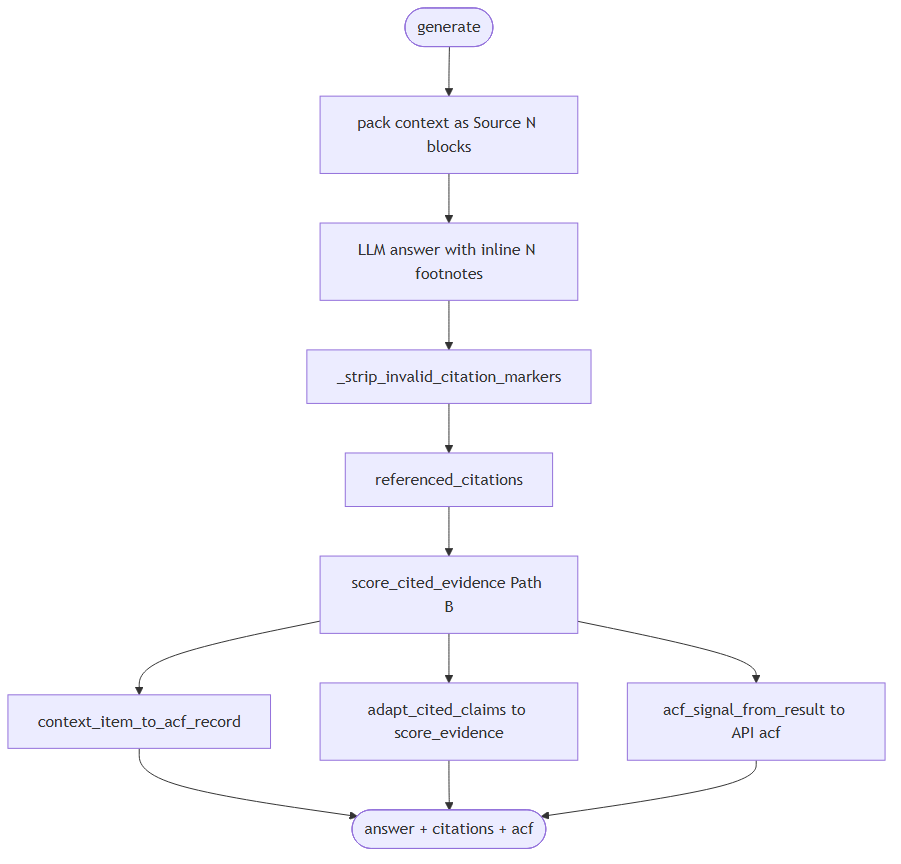
The Mermaid diagram ml-eng/ml/rag/docs/diagrams/png/generate_acf_subflow.png in chidiebereopentrace/data-team, before a commit. Its source is kept beside it as ml-eng/ml/rag/docs/diagrams/generate_acf_subflow.mmd. The source it was exported from:
```mermaid
flowchart TB
  START([generate]) --> PACK[pack context as Source N blocks]
  PACK --> LLM[LLM answer with inline N footnotes]
  LLM --> STRIP[_strip_invalid_citation_markers]
  STRIP --> REF[referenced_citations]
  REF --> SCORE[score_cited_evidence Path B]

  SCORE --> ACF1[context_item_to_acf_record]
  SCORE --> ACF2[adapt_cited_claims to score_evidence]
  SCORE --> ACF3[acf_signal_from_result to API acf]

  ACF1 --> OUT([answer + citations + acf])
  ACF2 --> OUT
  ACF3 --> OUT
```
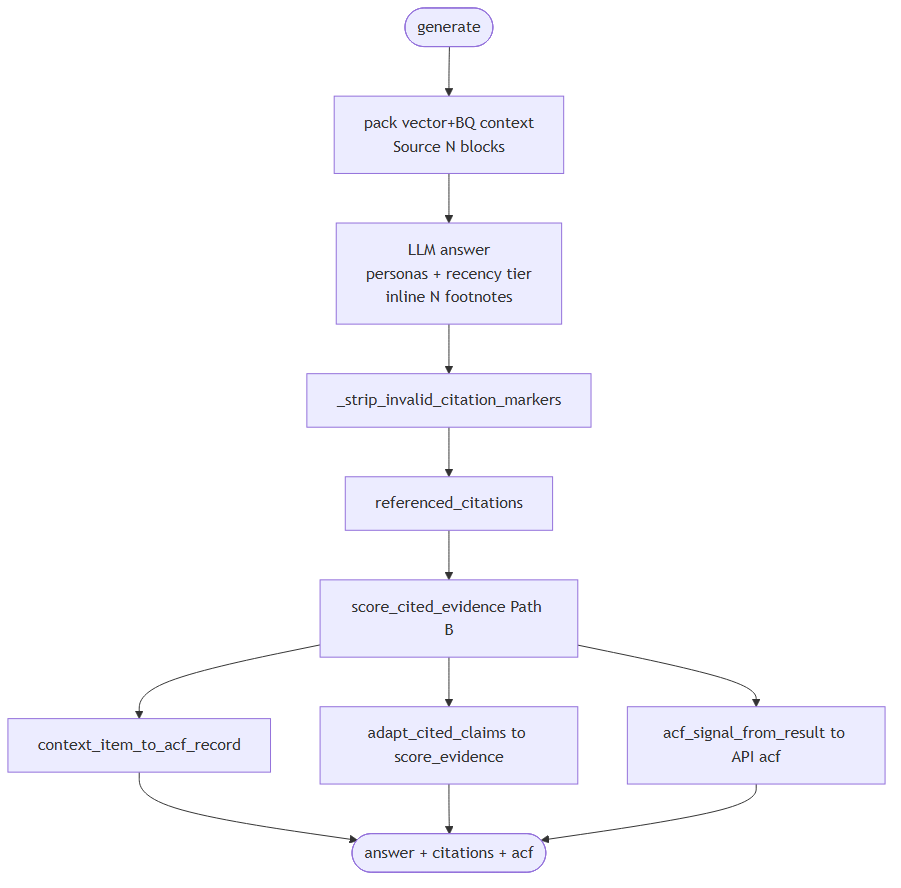
Later version of the same file.

The edit, as a diff of the source:
```diff
@@ -1,6 +1,6 @@
 flowchart TB
-  START([generate]) --> PACK[pack context as Source N blocks]
-  PACK --> LLM[LLM answer with inline N footnotes]
+  START([generate]) --> PACK["pack vector+BQ context<br/>Source N blocks"]
+  PACK --> LLM["LLM answer<br/>personas + recency tier<br/>inline N footnotes"]
   LLM --> STRIP[_strip_invalid_citation_markers]
   STRIP --> REF[referenced_citations]
   REF --> SCORE[score_cited_evidence Path B]
```
